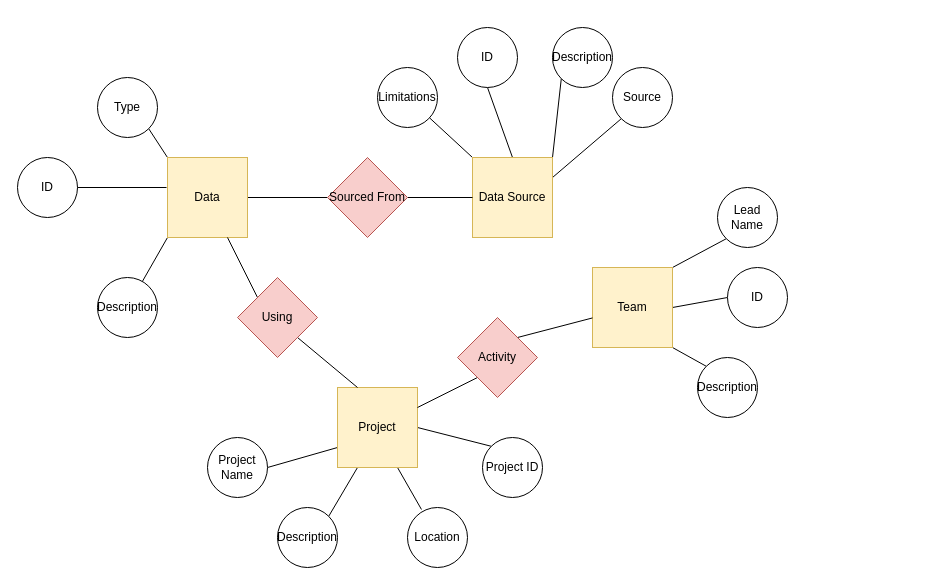
The draw.io diagram Map_Test.drawio in kangjaspreet/Stats141, before the edit. Source tidied: cells renumbered, new cells numbered last; positions are measured from the earlier drawing's top-left corner, leaving out a move shared by most shapes. Both pictures are drawn from the tidied source at 100%, with x=0, y=0 at pixel (17, 27).
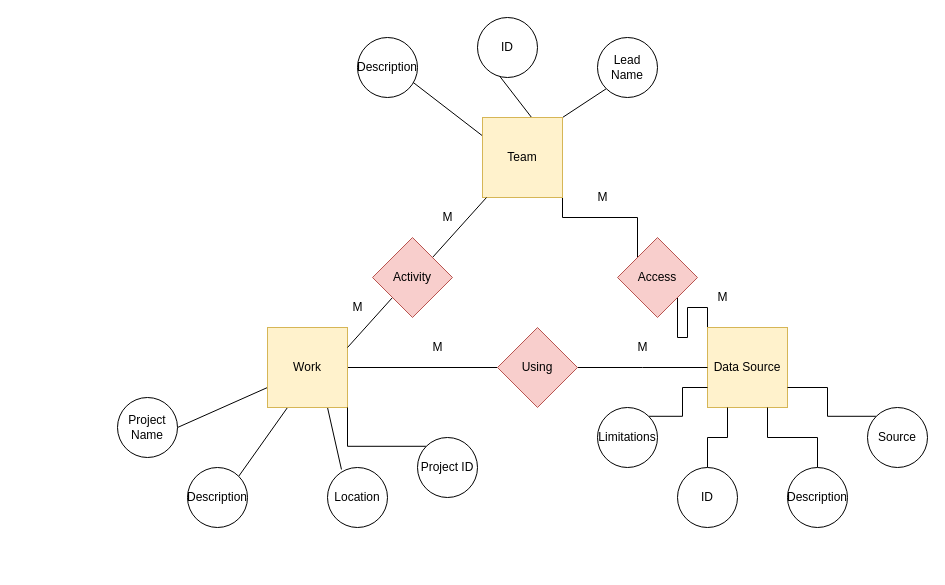
Above is the later version.

What changed in the source:
```diff
@@
-    <mxCell id="2" style="edgeStyle=none;rounded=0;jettySize=auto;html=1;exitX=0;exitY=0;exitDx=0;exitDy=0;endArrow=none;endFill=0;" parent="1" edge="1" source="6" target="27">
-      <mxGeometry relative="1" as="geometry" />
-    </mxCell>
-    <mxCell id="3" style="edgeStyle=none;rounded=0;jettySize=auto;html=1;exitX=1;exitY=0;exitDx=0;exitDy=0;entryX=0;entryY=1;entryDx=0;entryDy=0;endArrow=none;endFill=0;" parent="1" edge="1" source="6" target="26">
-      <mxGeometry relative="1" as="geometry" />
-    </mxCell>
-    <mxCell id="4" style="edgeStyle=none;rounded=0;jettySize=auto;html=1;exitX=0.5;exitY=0;exitDx=0;exitDy=0;entryX=0.5;entryY=1;entryDx=0;entryDy=0;endArrow=none;endFill=0;" parent="1" edge="1" source="6" target="28">
-      <mxGeometry relative="1" as="geometry" />
-    </mxCell>
-    <mxCell id="5" style="edgeStyle=none;rounded=0;jettySize=auto;html=1;exitX=1;exitY=0.25;exitDx=0;exitDy=0;entryX=0;entryY=1;entryDx=0;entryDy=0;endArrow=none;endFill=0;" parent="1" edge="1" source="6" target="42">
-      <mxGeometry relative="1" as="geometry" />
-    </mxCell>
+    <mxCell id="43" style="edgeStyle=orthogonalEdgeStyle;rounded=0;jettySize=auto;html=1;exitX=0;exitY=0;exitDx=0;exitDy=0;entryX=1;entryY=1;entryDx=0;entryDy=0;endArrow=none;endFill=0;" parent="1" edge="1" source="6" target="53">
+      <mxGeometry relative="1" as="geometry" />
+    </mxCell>
     <mxCell id="6" value="Data Source" style="whiteSpace=wrap;html=1;fillColor=#fff2cc;strokeColor=#d6b656;" parent="1" vertex="1">
-      <mxGeometry x="455" y="130" width="80" height="80" as="geometry" />
+      <mxGeometry x="690" y="300" width="80" height="80" as="geometry" />
     </mxCell>
-    <mxCell id="7" style="edgeStyle=none;rounded=0;jettySize=auto;html=1;exitX=0;exitY=0;exitDx=0;exitDy=0;entryX=1;entryY=1;entryDx=0;entryDy=0;endArrow=none;endFill=0;" parent="1" edge="1" source="10" target="24">
-      <mxGeometry relative="1" as="geometry" />
-    </mxCell>
-    <mxCell id="8" style="edgeStyle=none;rounded=0;jettySize=auto;html=1;exitX=0;exitY=1;exitDx=0;exitDy=0;endArrow=none;endFill=0;" parent="1" edge="1" source="10" target="25">
-      <mxGeometry relative="1" as="geometry" />
-    </mxCell>
-    <mxCell id="9" style="edgeStyle=none;rounded=0;jettySize=auto;html=1;exitX=1;exitY=0.5;exitDx=0;exitDy=0;entryX=0;entryY=0.5;entryDx=0;entryDy=0;endArrow=none;endFill=0;" parent="1" edge="1" source="10" target="37">
-      <mxGeometry relative="1" as="geometry" />
-    </mxCell>
-    <mxCell id="10" value="Data" style="whiteSpace=wrap;html=1;fillColor=#fff2cc;strokeColor=#d6b656;" parent="1" vertex="1">
-      <mxGeometry x="150" y="130" width="80" height="80" as="geometry" />
-    </mxCell>
@@
+    <mxCell id="44" style="edgeStyle=orthogonalEdgeStyle;rounded=0;jettySize=auto;html=1;exitX=1;exitY=1;exitDx=0;exitDy=0;entryX=0;entryY=0;entryDx=0;entryDy=0;endArrow=none;endFill=0;" parent="1" edge="1" source="14" target="53">
+      <mxGeometry relative="1" as="geometry" />
+    </mxCell>
     <mxCell id="14" value="Team" style="whiteSpace=wrap;html=1;fillColor=#fff2cc;strokeColor=#d6b656;" parent="1" vertex="1">
-      <mxGeometry x="575" y="240" width="80" height="80" as="geometry" />
+      <mxGeometry x="465" y="90" width="80" height="80" as="geometry" />
     </mxCell>
@@
-    <mxCell id="18" style="edgeStyle=none;rounded=0;jettySize=auto;html=1;exitX=1;exitY=0.5;exitDx=0;exitDy=0;entryX=0;entryY=0;entryDx=0;entryDy=0;endArrow=none;endFill=0;" parent="1" edge="1" source="19" target="21">
-      <mxGeometry relative="1" as="geometry" />
-    </mxCell>
+    <mxCell id="45" style="edgeStyle=orthogonalEdgeStyle;rounded=0;jettySize=auto;html=1;exitX=1;exitY=0.5;exitDx=0;exitDy=0;entryX=0;entryY=0.5;entryDx=0;entryDy=0;endArrow=none;endFill=0;" parent="1" edge="1" source="19" target="40">
+      <mxGeometry relative="1" as="geometry" />
+    </mxCell>
-    <mxCell id="19" value="Project" style="whiteSpace=wrap;html=1;fillColor=#fff2cc;strokeColor=#d6b656;" parent="1" vertex="1">
-      <mxGeometry x="320" y="360" width="80" height="80" as="geometry" />
+    <mxCell id="19" value="Work" style="whiteSpace=wrap;html=1;fillColor=#fff2cc;strokeColor=#d6b656;" parent="1" vertex="1">
+      <mxGeometry x="250" y="300" width="80" height="80" as="geometry" />
     </mxCell>
     <mxCell id="20" value="Location" style="ellipse;whiteSpace=wrap;html=1;" parent="1" vertex="1">
-      <mxGeometry x="390" y="480" width="60" height="60" as="geometry" />
+      <mxGeometry x="310" y="440" width="60" height="60" as="geometry" />
     </mxCell>
+    <mxCell id="46" style="edgeStyle=orthogonalEdgeStyle;rounded=0;jettySize=auto;html=1;exitX=0;exitY=0;exitDx=0;exitDy=0;entryX=1;entryY=1;entryDx=0;entryDy=0;endArrow=none;endFill=0;" parent="1" edge="1" source="21" target="19">
+      <mxGeometry relative="1" as="geometry" />
+    </mxCell>
     <mxCell id="21" value="Project ID" style="ellipse;whiteSpace=wrap;html=1;" parent="1" vertex="1">
-      <mxGeometry x="465" y="410" width="60" height="60" as="geometry" />
+      <mxGeometry x="400" y="410" width="60" height="60" as="geometry" />
     </mxCell>
     <mxCell id="22" value="Project Name" style="ellipse;whiteSpace=wrap;html=1;" parent="1" vertex="1">
-      <mxGeometry x="190" y="410" width="60" height="60" as="geometry" />
+      <mxGeometry x="100" y="370" width="60" height="60" as="geometry" />
     </mxCell>
     <mxCell id="23" value="Description" style="ellipse;whiteSpace=wrap;html=1;" parent="1" vertex="1">
-      <mxGeometry x="260" y="480" width="60" height="60" as="geometry" />
+      <mxGeometry x="170" y="440" width="60" height="60" as="geometry" />
     </mxCell>
-    <mxCell id="24" value="Type" style="ellipse;whiteSpace=wrap;html=1;" parent="1" vertex="1">
-      <mxGeometry x="80" y="50" width="60" height="60" as="geometry" />
-    </mxCell>
-    <mxCell id="25" value="Description" style="ellipse;whiteSpace=wrap;html=1;" parent="1" vertex="1">
-      <mxGeometry x="80" y="250" width="60" height="60" as="geometry" />
-    </mxCell>
+    <mxCell id="47" style="edgeStyle=orthogonalEdgeStyle;rounded=0;jettySize=auto;html=1;exitX=0.5;exitY=0;exitDx=0;exitDy=0;entryX=0.75;entryY=1;entryDx=0;entryDy=0;endArrow=none;endFill=0;" parent="1" edge="1" source="26" target="6">
+      <mxGeometry relative="1" as="geometry" />
+    </mxCell>
     <mxCell id="26" value="Description" style="ellipse;whiteSpace=wrap;html=1;" parent="1" vertex="1">
-      <mxGeometry x="535" width="60" height="60" as="geometry" />
+      <mxGeometry x="770" y="440" width="60" height="60" as="geometry" />
     </mxCell>
+    <mxCell id="48" style="edgeStyle=orthogonalEdgeStyle;rounded=0;jettySize=auto;html=1;exitX=1;exitY=0;exitDx=0;exitDy=0;entryX=0;entryY=0.75;entryDx=0;entryDy=0;endArrow=none;endFill=0;" parent="1" edge="1" source="27" target="6">
+      <mxGeometry relative="1" as="geometry" />
+    </mxCell>
     <mxCell id="27" value="Limitations" style="ellipse;whiteSpace=wrap;html=1;" parent="1" vertex="1">
-      <mxGeometry x="360" y="40" width="60" height="60" as="geometry" />
+      <mxGeometry x="580" y="380" width="60" height="60" as="geometry" />
     </mxCell>
+    <mxCell id="49" style="edgeStyle=orthogonalEdgeStyle;rounded=0;jettySize=auto;html=1;exitX=0.5;exitY=0;exitDx=0;exitDy=0;entryX=0.25;entryY=1;entryDx=0;entryDy=0;endArrow=none;endFill=0;" parent="1" edge="1" source="28" target="6">
+      <mxGeometry relative="1" as="geometry" />
+    </mxCell>
     <mxCell id="28" value="ID" style="ellipse;whiteSpace=wrap;html=1;" parent="1" vertex="1">
-      <mxGeometry x="440" width="60" height="60" as="geometry" />
+      <mxGeometry x="660" y="440" width="60" height="60" as="geometry" />
     </mxCell>
-    <mxCell id="29" value="ID" style="ellipse;whiteSpace=wrap;html=1;" parent="1" vertex="1">
-      <mxGeometry y="130" width="60" height="60" as="geometry" />
-    </mxCell>
     <mxCell id="30" value="ID" style="ellipse;whiteSpace=wrap;html=1;" parent="1" vertex="1">
-      <mxGeometry x="710" y="240" width="60" height="60" as="geometry" />
+      <mxGeometry x="460" y="-10" width="60" height="60" as="geometry" />
     </mxCell>
     <mxCell id="31" value="Lead Name" style="ellipse;whiteSpace=wrap;html=1;" parent="1" vertex="1">
-      <mxGeometry x="700" y="160" width="60" height="60" as="geometry" />
+      <mxGeometry x="580" y="10" width="60" height="60" as="geometry" />
     </mxCell>
     <mxCell id="32" value="Description" style="ellipse;whiteSpace=wrap;html=1;" parent="1" vertex="1">
-      <mxGeometry x="680" y="330" width="60" height="60" as="geometry" />
+      <mxGeometry x="340" y="10" width="60" height="60" as="geometry" />
     </mxCell>
@@
     <mxCell id="35" value="Activity" style="rhombus;whiteSpace=wrap;html=1;fillColor=#f8cecc;strokeColor=#b85450;" parent="1" vertex="1">
-      <mxGeometry x="440" y="290" width="80" height="80" as="geometry" />
+      <mxGeometry x="355" y="210" width="80" height="80" as="geometry" />
     </mxCell>
-    <mxCell id="36" style="edgeStyle=none;rounded=0;jettySize=auto;html=1;exitX=1;exitY=0.5;exitDx=0;exitDy=0;endArrow=none;endFill=0;entryX=0;entryY=0.5;entryDx=0;entryDy=0;" parent="1" edge="1" source="37" target="6">
-      <mxGeometry relative="1" as="geometry" />
-    </mxCell>
-    <mxCell id="37" value="Sourced From" style="rhombus;whiteSpace=wrap;html=1;fillColor=#f8cecc;strokeColor=#b85450;" parent="1" vertex="1">
-      <mxGeometry x="310" y="130" width="80" height="80" as="geometry" />
-    </mxCell>
-    <mxCell id="38" style="edgeStyle=none;rounded=0;jettySize=auto;html=1;exitX=1;exitY=1;exitDx=0;exitDy=0;entryX=0.25;entryY=0;entryDx=0;entryDy=0;endArrow=none;endFill=0;" parent="1" edge="1" source="40" target="19">
-      <mxGeometry relative="1" as="geometry" />
-    </mxCell>
-    <mxCell id="39" style="edgeStyle=none;rounded=0;jettySize=auto;html=1;exitX=0;exitY=0;exitDx=0;exitDy=0;entryX=0.75;entryY=1;entryDx=0;entryDy=0;endArrow=none;endFill=0;" parent="1" edge="1" source="40" target="10">
-      <mxGeometry relative="1" as="geometry" />
-    </mxCell>
+    <mxCell id="50" style="edgeStyle=orthogonalEdgeStyle;rounded=0;jettySize=auto;html=1;exitX=0;exitY=0;exitDx=0;exitDy=0;entryX=1;entryY=0.75;entryDx=0;entryDy=0;endArrow=none;endFill=0;" parent="1" edge="1" source="42" target="6">
+      <mxGeometry relative="1" as="geometry" />
+    </mxCell>
+    <mxCell id="42" value="Source" style="ellipse;whiteSpace=wrap;html=1;" parent="1" vertex="1">
+      <mxGeometry x="850" y="380" width="60" height="60" as="geometry" />
+    </mxCell>
+    <mxCell id="51" value="M" style="text;html=1;align=center;verticalAlign=middle;" parent="1" vertex="1">
+      <mxGeometry x="415" y="180" width="30" height="20" as="geometry" />
+    </mxCell>
+    <mxCell id="52" value="M" style="text;html=1;align=center;verticalAlign=middle;" parent="1" vertex="1">
+      <mxGeometry x="325" y="270" width="30" height="20" as="geometry" />
+    </mxCell>
+    <mxCell id="53" value="Access" style="rhombus;whiteSpace=wrap;html=1;fillColor=#f8cecc;strokeColor=#b85450;" parent="1" vertex="1">
+      <mxGeometry x="600" y="210" width="80" height="80" as="geometry" />
+    </mxCell>
+    <mxCell id="54" style="edgeStyle=orthogonalEdgeStyle;rounded=0;jettySize=auto;html=1;exitX=1;exitY=0.5;exitDx=0;exitDy=0;endArrow=none;endFill=0;" parent="1" edge="1" source="40">
+      <mxGeometry relative="1" as="geometry">
+        <mxPoint x="690" y="340" as="targetPoint" />
+      </mxGeometry>
+    </mxCell>
     <mxCell id="40" value="Using" style="rhombus;whiteSpace=wrap;html=1;fillColor=#f8cecc;strokeColor=#b85450;" parent="1" vertex="1">
-      <mxGeometry x="220" y="250" width="80" height="80" as="geometry" />
+      <mxGeometry x="480" y="300" width="80" height="80" as="geometry" />
     </mxCell>
-    <mxCell id="41" style="endArrow=none;html=1;exitX=-0.012;exitY=0.375;exitDx=0;exitDy=0;exitPerimeter=0;" parent="1" edge="1" source="10">
-      <mxGeometry relative="1" as="geometry">
-        <mxPoint x="60" y="160" as="targetPoint" />
-        <Array as="points">
-          <mxPoint x="60" y="160" />
-        </Array>
-      </mxGeometry>
-    </mxCell>
-    <mxCell id="42" value="Source" style="ellipse;whiteSpace=wrap;html=1;" parent="1" vertex="1">
-      <mxGeometry x="595" y="40" width="60" height="60" as="geometry" />
-    </mxCell>
+    <mxCell id="55" value="M" style="text;html=1;align=center;verticalAlign=middle;" parent="1" vertex="1">
+      <mxGeometry x="405" y="310" width="30" height="20" as="geometry" />
+    </mxCell>
+    <mxCell id="56" value="M" style="text;html=1;align=center;verticalAlign=middle;" parent="1" vertex="1">
+      <mxGeometry x="610" y="310" width="30" height="20" as="geometry" />
+    </mxCell>
+    <mxCell id="57" value="M" style="text;html=1;align=center;verticalAlign=middle;" parent="1" vertex="1">
+      <mxGeometry x="570" y="160" width="30" height="20" as="geometry" />
+    </mxCell>
+    <mxCell id="58" value="M" style="text;html=1;align=center;verticalAlign=middle;" parent="1" vertex="1">
+      <mxGeometry x="690" y="260" width="30" height="20" as="geometry" />
+    </mxCell>
```
